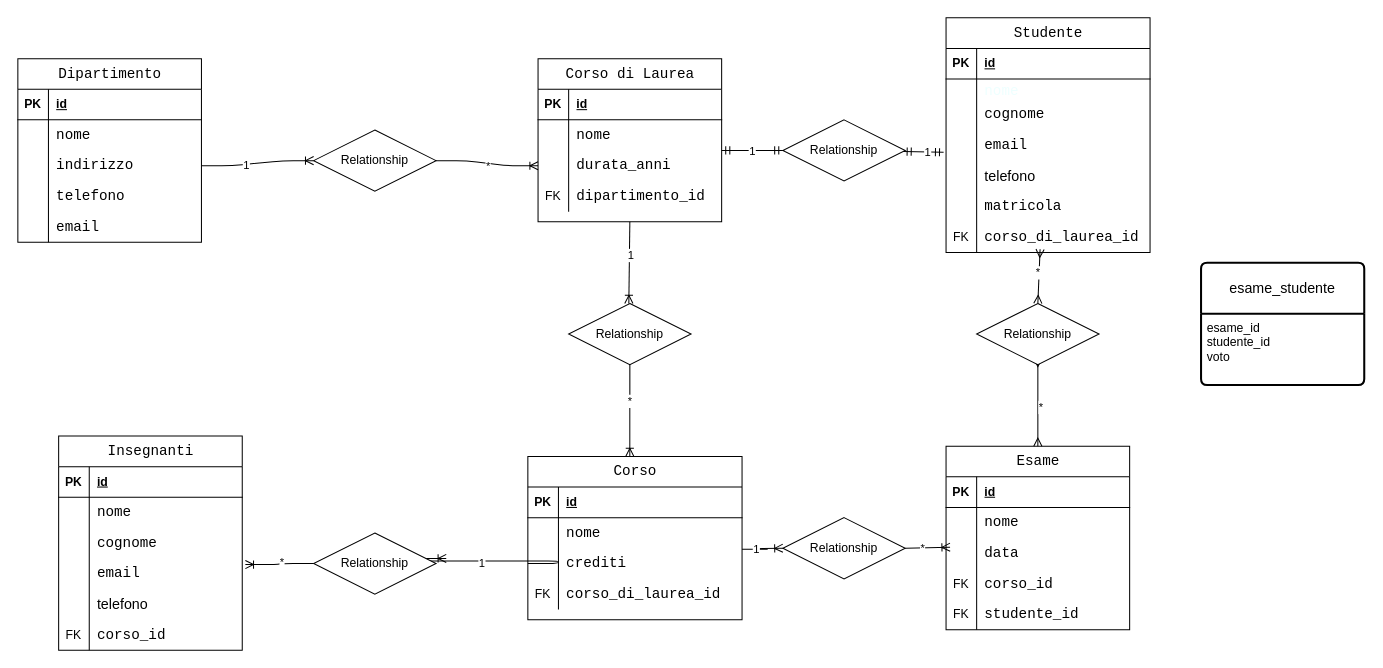
calogerosorce/db-university keeps this draw.io diagram as diagram.drawio. Above is the earlier version. Source tidied: cells renumbered, new cells numbered last; positions are measured from the earlier drawing's top-left corner, leaving out a move shared by most shapes. Both pictures are drawn from the tidied source at 102%, with x=0, y=0 at pixel (17, 17).
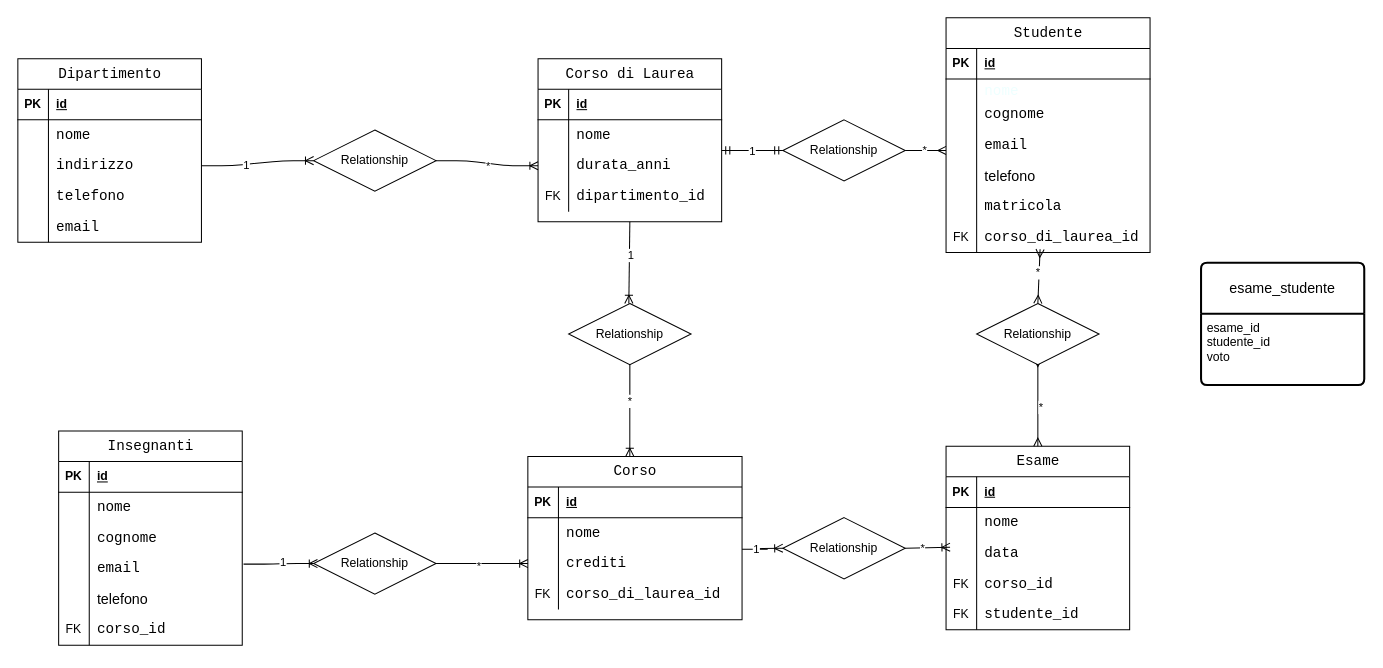
The same page after the edit.

Unchanged cells that the change refers to:
```xml
<mxCell id="43" style="shape=tableRow;horizontal=0;startSize=0;swimlaneHead=0;swimlaneBody=0;fillColor=none;points=[[0,0.5],[1,0.5]];portConstraint=eastwest;top=0;left=0;right=0;bottom=0;" parent="36" vertex="1">
  <mxGeometry y="90" width="210" height="30" as="geometry" />
</mxCell>
<mxCell id="64" style="shape=tableRow;horizontal=0;startSize=0;swimlaneHead=0;swimlaneBody=0;fillColor=none;points=[[0,0.5],[1,0.5]];portConstraint=eastwest;top=0;left=0;right=0;bottom=0;" parent="54" vertex="1">
  <mxGeometry y="120" width="180" height="30" as="geometry" />
</mxCell>
<mxCell id="77" value="Relationship" style="shape=rhombus;perimeter=rhombusPerimeter;whiteSpace=wrap;html=1;align=center;" parent="1" vertex="1">
  <mxGeometry x="290" y="505" width="120" height="60" as="geometry" />
</mxCell>
<mxCell id="111" style="shape=tableRow;horizontal=0;startSize=0;swimlaneHead=0;swimlaneBody=0;fillColor=none;points=[[0,0.5],[1,0.5]];portConstraint=eastwest;top=0;left=0;right=0;bottom=0;" parent="101" vertex="1">
  <mxGeometry y="110" width="200" height="30" as="geometry" />
</mxCell>
<mxCell id="132" value="Relationship" style="shape=rhombus;perimeter=rhombusPerimeter;whiteSpace=wrap;html=1;align=center;" parent="1" vertex="1">
  <mxGeometry x="750" y="100" width="120" height="60" as="geometry" />
</mxCell>
```

The edit, as a diff of the source:
```diff
@@
     <mxCell id="54" value="&lt;div style=&quot;font-family: Consolas, &amp;quot;Courier New&amp;quot;, monospace; font-weight: normal; font-size: 14px; line-height: 19px; white-space-collapse: preserve;&quot;&gt;&lt;div style=&quot;line-height: 19px;&quot;&gt;&lt;span&gt;&lt;font style=&quot;color: light-dark(rgb(0, 0, 0), rgb(0, 0, 0));&quot;&gt;Insegnanti&lt;/font&gt;&lt;/span&gt;&lt;/div&gt;&lt;/div&gt;" style="shape=table;startSize=30;childLayout=tableLayout;rowLines=0;fontStyle=1;align=center;html=1;fillColor=none;" parent="1" vertex="1">
-      <mxGeometry x="40" y="410" width="180" height="210" as="geometry" />
+      <mxGeometry x="40" y="405" width="180" height="210" as="geometry" />
     </mxCell>
@@
-    <mxCell id="73" style="edgeStyle=entityRelationEdgeStyle;fontSize=12;html=1;endArrow=ERoneToMany;entryX=1.017;entryY=0.2;entryDx=0;entryDy=0;entryPerimeter=0;exitX=0;exitY=0.5;exitDx=0;exitDy=0;" parent="1" edge="1" source="77" target="64">
+    <mxCell id="73" style="edgeStyle=entityRelationEdgeStyle;fontSize=12;html=1;endArrow=ERoneToMany;exitX=1;exitY=0.5;exitDx=0;exitDy=0;entryX=0;entryY=0.5;entryDx=0;entryDy=0;" parent="1" edge="1" source="77" target="43">
       <mxGeometry relative="1" as="geometry" />
     </mxCell>
@@
-    <mxCell id="75" style="edgeStyle=entityRelationEdgeStyle;fontSize=12;html=1;endArrow=ERoneToMany;exitX=0;exitY=0.5;exitDx=0;exitDy=0;" parent="1" edge="1" source="43">
-      <mxGeometry relative="1" as="geometry">
-        <mxPoint x="420" y="530" as="targetPoint" />
-      </mxGeometry>
+    <mxCell id="75" style="edgeStyle=entityRelationEdgeStyle;fontSize=12;html=1;endArrow=ERoneToMany;exitX=1.007;exitY=0.352;exitDx=0;exitDy=0;exitPerimeter=0;entryX=0.031;entryY=0.5;entryDx=0;entryDy=0;entryPerimeter=0;" parent="1" edge="1" source="64" target="77">
+      <mxGeometry relative="1" as="geometry" />
     </mxCell>
@@
-    <mxCell id="128" style="fontSize=12;html=1;endArrow=ERmandOne;startArrow=ERmandOne;entryX=-0.012;entryY=0.727;entryDx=0;entryDy=0;entryPerimeter=0;" parent="1" edge="1" source="132" target="111">
-      <mxGeometry relative="1" as="geometry" />
-    </mxCell>
-    <mxCell id="129" value="1" style="edgeLabel;html=1;align=center;verticalAlign=middle;" parent="128" vertex="1">
-      <mxGeometry x="0.21" relative="1" as="geometry" />
-    </mxCell>
@@
+    <mxCell id="128" style="edgeStyle=entityRelationEdgeStyle;fontSize=12;html=1;endArrow=ERmany;exitX=1;exitY=0.5;exitDx=0;exitDy=0;entryX=0;entryY=0.667;entryDx=0;entryDy=0;entryPerimeter=0;" parent="1" edge="1" source="132" target="111">
+      <mxGeometry relative="1" as="geometry" />
+    </mxCell>
+    <mxCell id="133" value="*" style="edgeLabel;html=1;align=center;verticalAlign=middle;" parent="128" vertex="1">
+      <mxGeometry x="-0.55" y="1" relative="1" as="geometry" />
+    </mxCell>
```
